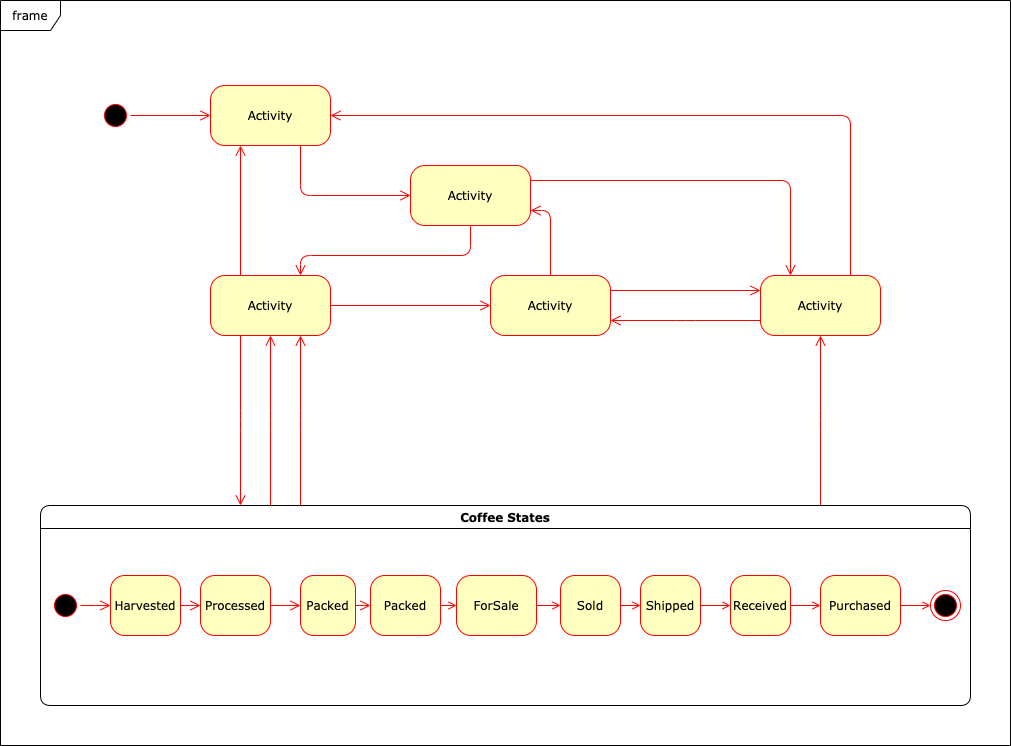
Before: images/state-diagram.png, a diagram exported from draw.io (bartosz-lipinski/supplychain-mgmt). Source tidied: cells renumbered, new cells last; positions are measured from the earlier drawing's top-left corner, leaving out a move shared by most shapes.
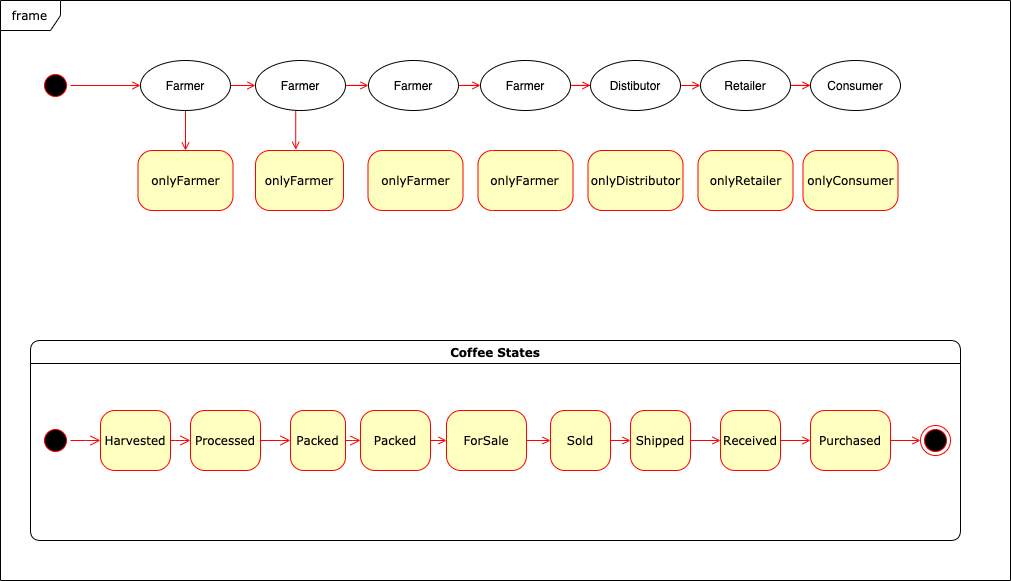
The same file after the commit.

Change to the diagram source:
```diff
@@ -3,42 +3,17 @@
     <mxCell id="0" />
     <mxCell id="1" parent="0" />
     <mxCell id="2" value="frame" style="shape=umlFrame;whiteSpace=wrap;html=1;rounded=1;shadow=0;comic=0;labelBackgroundColor=none;strokeWidth=1;fontFamily=Verdana;fontSize=12;align=center;" parent="1" vertex="1">
-      <mxGeometry width="1010" height="745" as="geometry" />
+      <mxGeometry x="10" y="165" width="1010" height="580" as="geometry" />
     </mxCell>
+    <mxCell id="45" style="edgeStyle=orthogonalEdgeStyle;rounded=0;jettySize=auto;html=1;exitX=0.5;exitY=0;exitDx=0;exitDy=0;endArrow=open;endFill=0;strokeColor=#FF0000;" parent="1" edge="1" source="3" target="48">
+      <mxGeometry relative="1" as="geometry" />
+    </mxCell>
     <mxCell id="3" style="ellipse;html=1;shape=startState;fillColor=#000000;strokeColor=#ff0000;rounded=1;shadow=0;comic=0;labelBackgroundColor=none;fontFamily=Verdana;fontSize=12;fontColor=#000000;align=center;direction=south;" parent="1" vertex="1">
-      <mxGeometry x="100" y="100" width="30" height="30" as="geometry" />
+      <mxGeometry x="50" y="235" width="30" height="30" as="geometry" />
     </mxCell>
-    <mxCell id="4" value="Activity" style="rounded=1;whiteSpace=wrap;html=1;arcSize=24;fillColor=#ffffc0;strokeColor=#ff0000;shadow=0;comic=0;labelBackgroundColor=none;fontFamily=Verdana;fontSize=12;fontColor=#000000;align=center;" parent="1" vertex="1">
-      <mxGeometry x="210" y="275" width="120" height="60" as="geometry" />
-    </mxCell>
-    <mxCell id="5" value="Activity" style="rounded=1;whiteSpace=wrap;html=1;arcSize=24;fillColor=#ffffc0;strokeColor=#ff0000;shadow=0;comic=0;labelBackgroundColor=none;fontFamily=Verdana;fontSize=12;fontColor=#000000;align=center;" parent="1" vertex="1">
-      <mxGeometry x="210" y="85" width="120" height="60" as="geometry" />
+    <mxCell id="5" value="onlyFarmer" style="rounded=1;whiteSpace=wrap;html=1;arcSize=24;fillColor=#ffffc0;strokeColor=#ff0000;shadow=0;comic=0;labelBackgroundColor=none;fontFamily=Verdana;fontSize=12;fontColor=#000000;align=center;" parent="1" vertex="1">
+      <mxGeometry x="147.5" y="315" width="95" height="60" as="geometry" />
     </mxCell>
-    <mxCell id="6" style="edgeStyle=orthogonalEdgeStyle;html=1;exitX=1;exitY=0.25;entryX=0.25;entryY=0;labelBackgroundColor=none;endArrow=open;endSize=8;strokeColor=#ff0000;fontFamily=Verdana;fontSize=12;align=left;" parent="1" edge="1" source="7" target="10">
-      <mxGeometry relative="1" as="geometry" />
-    </mxCell>
-    <mxCell id="7" value="Activity" style="rounded=1;whiteSpace=wrap;html=1;arcSize=24;fillColor=#ffffc0;strokeColor=#ff0000;shadow=0;comic=0;labelBackgroundColor=none;fontFamily=Verdana;fontSize=12;fontColor=#000000;align=center;" parent="1" vertex="1">
-      <mxGeometry x="410" y="165" width="120" height="60" as="geometry" />
-    </mxCell>
-    <mxCell id="8" style="edgeStyle=orthogonalEdgeStyle;html=1;exitX=0.75;exitY=0;entryX=1;entryY=0.5;labelBackgroundColor=none;endArrow=open;endSize=8;strokeColor=#ff0000;fontFamily=Verdana;fontSize=12;align=left;" parent="1" edge="1" source="10" target="5">
-      <mxGeometry relative="1" as="geometry">
-        <Array as="points">
-          <mxPoint x="850" y="115" />
-        </Array>
-      </mxGeometry>
-    </mxCell>
-    <mxCell id="9" style="edgeStyle=elbowEdgeStyle;html=1;exitX=0;exitY=0.75;entryX=1;entryY=0.75;labelBackgroundColor=none;endArrow=open;endSize=8;strokeColor=#ff0000;fontFamily=Verdana;fontSize=12;align=left;" parent="1" edge="1" source="10" target="11">
-      <mxGeometry relative="1" as="geometry" />
-    </mxCell>
-    <mxCell id="10" value="Activity" style="rounded=1;whiteSpace=wrap;html=1;arcSize=24;fillColor=#ffffc0;strokeColor=#ff0000;shadow=0;comic=0;labelBackgroundColor=none;fontFamily=Verdana;fontSize=12;fontColor=#000000;align=center;" parent="1" vertex="1">
-      <mxGeometry x="760" y="275" width="120" height="60" as="geometry" />
-    </mxCell>
-    <mxCell id="11" value="Activity" style="rounded=1;whiteSpace=wrap;html=1;arcSize=24;fillColor=#ffffc0;strokeColor=#ff0000;shadow=0;comic=0;labelBackgroundColor=none;fontFamily=Verdana;fontSize=12;fontColor=#000000;align=center;" parent="1" vertex="1">
-      <mxGeometry x="490" y="275" width="120" height="60" as="geometry" />
-    </mxCell>
-    <mxCell id="12" style="edgeStyle=elbowEdgeStyle;html=1;labelBackgroundColor=none;endArrow=open;endSize=8;strokeColor=#ff0000;fontFamily=Verdana;fontSize=12;align=left;" parent="1" edge="1" source="13" target="10">
-      <mxGeometry relative="1" as="geometry" />
-    </mxCell>
     <mxCell id="13" value="Coffee States" style="swimlane;whiteSpace=wrap;html=1;rounded=1;shadow=0;comic=0;labelBackgroundColor=none;strokeWidth=1;fontFamily=Verdana;fontSize=12;align=center;startSize=23;" parent="1" vertex="1">
       <mxGeometry x="40" y="505" width="930" height="200" as="geometry" />
     </mxCell>
@@ -66,45 +41,6 @@
     <mxCell id="21" value="Packed" style="rounded=1;whiteSpace=wrap;html=1;arcSize=24;fillColor=#ffffc0;strokeColor=#ff0000;shadow=0;comic=0;labelBackgroundColor=none;fontFamily=Verdana;fontSize=12;fontColor=#000000;align=center;" parent="13" vertex="1">
       <mxGeometry x="260" y="70" width="55" height="60" as="geometry" />
     </mxCell>
-    <mxCell id="22" style="edgeStyle=orthogonalEdgeStyle;html=1;labelBackgroundColor=none;endArrow=open;endSize=8;strokeColor=#ff0000;fontFamily=Verdana;fontSize=12;align=left;" parent="1" edge="1" source="3" target="5">
-      <mxGeometry relative="1" as="geometry" />
-    </mxCell>
-    <mxCell id="23" style="edgeStyle=orthogonalEdgeStyle;html=1;labelBackgroundColor=none;endArrow=open;endSize=8;strokeColor=#ff0000;fontFamily=Verdana;fontSize=12;align=left;entryX=0;entryY=0.5;" parent="1" edge="1" source="5" target="7">
-      <mxGeometry relative="1" as="geometry">
-        <Array as="points">
-          <mxPoint x="300" y="195" />
-        </Array>
-      </mxGeometry>
-    </mxCell>
-    <mxCell id="24" style="edgeStyle=orthogonalEdgeStyle;html=1;entryX=0.75;entryY=0;labelBackgroundColor=none;endArrow=open;endSize=8;strokeColor=#ff0000;fontFamily=Verdana;fontSize=12;align=left;exitX=0.5;exitY=1;" parent="1" edge="1" source="7" target="4">
-      <mxGeometry relative="1" as="geometry">
-        <Array as="points">
-          <mxPoint x="470" y="255" />
-          <mxPoint x="300" y="255" />
-        </Array>
-      </mxGeometry>
-    </mxCell>
-    <mxCell id="25" style="edgeStyle=orthogonalEdgeStyle;html=1;exitX=0.25;exitY=0;entryX=0.25;entryY=1;labelBackgroundColor=none;endArrow=open;endSize=8;strokeColor=#ff0000;fontFamily=Verdana;fontSize=12;align=left;" parent="1" edge="1" source="4" target="5">
-      <mxGeometry relative="1" as="geometry" />
-    </mxCell>
-    <mxCell id="26" style="edgeStyle=orthogonalEdgeStyle;html=1;exitX=1;exitY=0.5;entryX=0;entryY=0.5;labelBackgroundColor=none;endArrow=open;endSize=8;strokeColor=#ff0000;fontFamily=Verdana;fontSize=12;align=left;" parent="1" edge="1" source="4" target="11">
-      <mxGeometry relative="1" as="geometry" />
-    </mxCell>
-    <mxCell id="27" style="edgeStyle=orthogonalEdgeStyle;html=1;exitX=0.5;exitY=0;entryX=1;entryY=0.75;labelBackgroundColor=none;endArrow=open;endSize=8;strokeColor=#ff0000;fontFamily=Verdana;fontSize=12;align=left;" parent="1" edge="1" source="11" target="7">
-      <mxGeometry relative="1" as="geometry" />
-    </mxCell>
-    <mxCell id="28" style="edgeStyle=orthogonalEdgeStyle;html=1;exitX=1;exitY=0.25;entryX=0;entryY=0.25;labelBackgroundColor=none;endArrow=open;endSize=8;strokeColor=#ff0000;fontFamily=Verdana;fontSize=12;align=left;" parent="1" edge="1" source="11" target="10">
-      <mxGeometry relative="1" as="geometry" />
-    </mxCell>
-    <mxCell id="29" style="edgeStyle=elbowEdgeStyle;html=1;labelBackgroundColor=none;endArrow=open;endSize=8;strokeColor=#ff0000;fontFamily=Verdana;fontSize=12;align=left;entryX=0.75;entryY=1;" parent="1" edge="1" source="13" target="4">
-      <mxGeometry relative="1" as="geometry" />
-    </mxCell>
-    <mxCell id="30" style="edgeStyle=elbowEdgeStyle;html=1;labelBackgroundColor=none;endArrow=open;endSize=8;strokeColor=#ff0000;fontFamily=Verdana;fontSize=12;align=left;entryX=0.5;entryY=1;" parent="1" edge="1" source="13" target="4">
-      <mxGeometry relative="1" as="geometry" />
-    </mxCell>
-    <mxCell id="31" style="edgeStyle=elbowEdgeStyle;html=1;labelBackgroundColor=none;endArrow=open;endSize=8;strokeColor=#ff0000;fontFamily=Verdana;fontSize=12;align=left;exitX=0.25;exitY=1;" parent="1" edge="1" source="4" target="13">
-      <mxGeometry relative="1" as="geometry" />
-    </mxCell>
     <mxCell id="32" style="edgeStyle=orthogonalEdgeStyle;rounded=0;jettySize=auto;html=1;exitX=1;exitY=0.5;exitDx=0;exitDy=0;entryX=0;entryY=0.5;entryDx=0;entryDy=0;endArrow=open;endFill=0;strokeColor=#FF0000;" parent="1" edge="1" source="33" target="41">
       <mxGeometry relative="1" as="geometry" />
     </mxCell>
@@ -144,5 +80,68 @@
     <mxCell id="44" style="edgeStyle=elbowEdgeStyle;html=1;labelBackgroundColor=none;endArrow=open;endSize=8;strokeColor=#ff0000;fontFamily=Verdana;fontSize=12;align=left;entryX=0;entryY=0.5;entryDx=0;entryDy=0;" parent="1" edge="1" source="21" target="39">
       <mxGeometry relative="1" as="geometry" />
     </mxCell>
+    <mxCell id="46" style="edgeStyle=orthogonalEdgeStyle;rounded=0;jettySize=auto;html=1;exitX=0.5;exitY=1;exitDx=0;exitDy=0;endArrow=open;endFill=0;strokeColor=#FF0000;" parent="1" edge="1" source="48" target="5">
+      <mxGeometry relative="1" as="geometry" />
+    </mxCell>
+    <mxCell id="47" style="edgeStyle=orthogonalEdgeStyle;rounded=0;jettySize=auto;html=1;exitX=1;exitY=0.5;exitDx=0;exitDy=0;entryX=0;entryY=0.5;entryDx=0;entryDy=0;endArrow=open;endFill=0;strokeColor=#FF0000;" parent="1" edge="1" source="48" target="53">
+      <mxGeometry relative="1" as="geometry" />
+    </mxCell>
+    <mxCell id="48" value="Farmer" style="ellipse;whiteSpace=wrap;html=1;" parent="1" vertex="1">
+      <mxGeometry x="150" y="225" width="90" height="50" as="geometry" />
+    </mxCell>
+    <mxCell id="49" style="edgeStyle=orthogonalEdgeStyle;rounded=0;jettySize=auto;html=1;exitX=1;exitY=0.5;exitDx=0;exitDy=0;endArrow=open;endFill=0;strokeColor=#FF0000;" parent="1" edge="1" source="50" target="55">
+      <mxGeometry relative="1" as="geometry" />
+    </mxCell>
+    <mxCell id="50" value="Farmer" style="ellipse;whiteSpace=wrap;html=1;" parent="1" vertex="1">
+      <mxGeometry x="378" y="225" width="90" height="50" as="geometry" />
+    </mxCell>
+    <mxCell id="51" style="edgeStyle=orthogonalEdgeStyle;rounded=0;jettySize=auto;html=1;exitX=1;exitY=0.5;exitDx=0;exitDy=0;endArrow=open;endFill=0;strokeColor=#FF0000;" parent="1" edge="1" source="53" target="50">
+      <mxGeometry relative="1" as="geometry" />
+    </mxCell>
+    <mxCell id="52" style="edgeStyle=orthogonalEdgeStyle;rounded=0;jettySize=auto;html=1;exitX=0.5;exitY=1;exitDx=0;exitDy=0;endArrow=open;endFill=0;strokeColor=#FF0000;entryX=0.457;entryY=-0.012;entryDx=0;entryDy=0;entryPerimeter=0;" parent="1" edge="1" source="53" target="61">
+      <mxGeometry relative="1" as="geometry" />
+    </mxCell>
+    <mxCell id="53" value="Farmer" style="ellipse;whiteSpace=wrap;html=1;" parent="1" vertex="1">
+      <mxGeometry x="265" y="225" width="90" height="50" as="geometry" />
+    </mxCell>
+    <mxCell id="54" style="edgeStyle=orthogonalEdgeStyle;rounded=0;jettySize=auto;html=1;exitX=1;exitY=0.5;exitDx=0;exitDy=0;endArrow=open;endFill=0;strokeColor=#FF0000;" parent="1" edge="1" source="55" target="57">
+      <mxGeometry relative="1" as="geometry" />
+    </mxCell>
+    <mxCell id="55" value="Farmer" style="ellipse;whiteSpace=wrap;html=1;" parent="1" vertex="1">
+      <mxGeometry x="490" y="225" width="90" height="50" as="geometry" />
+    </mxCell>
+    <mxCell id="56" style="edgeStyle=orthogonalEdgeStyle;rounded=0;jettySize=auto;html=1;exitX=1;exitY=0.5;exitDx=0;exitDy=0;entryX=0;entryY=0.5;entryDx=0;entryDy=0;endArrow=open;endFill=0;strokeColor=#FF0000;" parent="1" edge="1" source="57" target="59">
+      <mxGeometry relative="1" as="geometry" />
+    </mxCell>
+    <mxCell id="57" value="Distibutor" style="ellipse;whiteSpace=wrap;html=1;" parent="1" vertex="1">
+      <mxGeometry x="600" y="225" width="90" height="50" as="geometry" />
+    </mxCell>
+    <mxCell id="58" style="edgeStyle=orthogonalEdgeStyle;rounded=0;jettySize=auto;html=1;exitX=1;exitY=0.5;exitDx=0;exitDy=0;endArrow=open;endFill=0;strokeColor=#FF0000;" parent="1" edge="1" source="59" target="60">
+      <mxGeometry relative="1" as="geometry" />
+    </mxCell>
+    <mxCell id="59" value="Retailer" style="ellipse;whiteSpace=wrap;html=1;" parent="1" vertex="1">
+      <mxGeometry x="710" y="225" width="90" height="50" as="geometry" />
+    </mxCell>
+    <mxCell id="60" value="Consumer" style="ellipse;whiteSpace=wrap;html=1;" parent="1" vertex="1">
+      <mxGeometry x="820" y="225" width="90" height="50" as="geometry" />
+    </mxCell>
+    <mxCell id="61" value="onlyFarmer" style="rounded=1;whiteSpace=wrap;html=1;arcSize=24;fillColor=#ffffc0;strokeColor=#ff0000;shadow=0;comic=0;labelBackgroundColor=none;fontFamily=Verdana;fontSize=12;fontColor=#000000;align=center;" parent="1" vertex="1">
+      <mxGeometry x="265" y="315" width="88" height="60" as="geometry" />
+    </mxCell>
+    <mxCell id="62" value="onlyFarmer" style="rounded=1;whiteSpace=wrap;html=1;arcSize=24;fillColor=#ffffc0;strokeColor=#ff0000;shadow=0;comic=0;labelBackgroundColor=none;fontFamily=Verdana;fontSize=12;fontColor=#000000;align=center;" parent="1" vertex="1">
+      <mxGeometry x="377.5" y="315" width="95" height="60" as="geometry" />
+    </mxCell>
+    <mxCell id="63" value="onlyFarmer" style="rounded=1;whiteSpace=wrap;html=1;arcSize=24;fillColor=#ffffc0;strokeColor=#ff0000;shadow=0;comic=0;labelBackgroundColor=none;fontFamily=Verdana;fontSize=12;fontColor=#000000;align=center;" parent="1" vertex="1">
+      <mxGeometry x="487.5" y="315" width="95" height="60" as="geometry" />
+    </mxCell>
+    <mxCell id="64" value="onlyDistributor" style="rounded=1;whiteSpace=wrap;html=1;arcSize=24;fillColor=#ffffc0;strokeColor=#ff0000;shadow=0;comic=0;labelBackgroundColor=none;fontFamily=Verdana;fontSize=12;fontColor=#000000;align=center;" parent="1" vertex="1">
+      <mxGeometry x="597.5" y="315" width="95" height="60" as="geometry" />
+    </mxCell>
+    <mxCell id="65" value="onlyRetailer" style="rounded=1;whiteSpace=wrap;html=1;arcSize=24;fillColor=#ffffc0;strokeColor=#ff0000;shadow=0;comic=0;labelBackgroundColor=none;fontFamily=Verdana;fontSize=12;fontColor=#000000;align=center;" parent="1" vertex="1">
+      <mxGeometry x="707.5" y="315" width="95" height="60" as="geometry" />
+    </mxCell>
+    <mxCell id="66" value="onlyConsumer" style="rounded=1;whiteSpace=wrap;html=1;arcSize=24;fillColor=#ffffc0;strokeColor=#ff0000;shadow=0;comic=0;labelBackgroundColor=none;fontFamily=Verdana;fontSize=12;fontColor=#000000;align=center;" parent="1" vertex="1">
+      <mxGeometry x="812.5" y="315" width="95" height="60" as="geometry" />
+    </mxCell>
   </root>
 </mxGraphModel>
```
